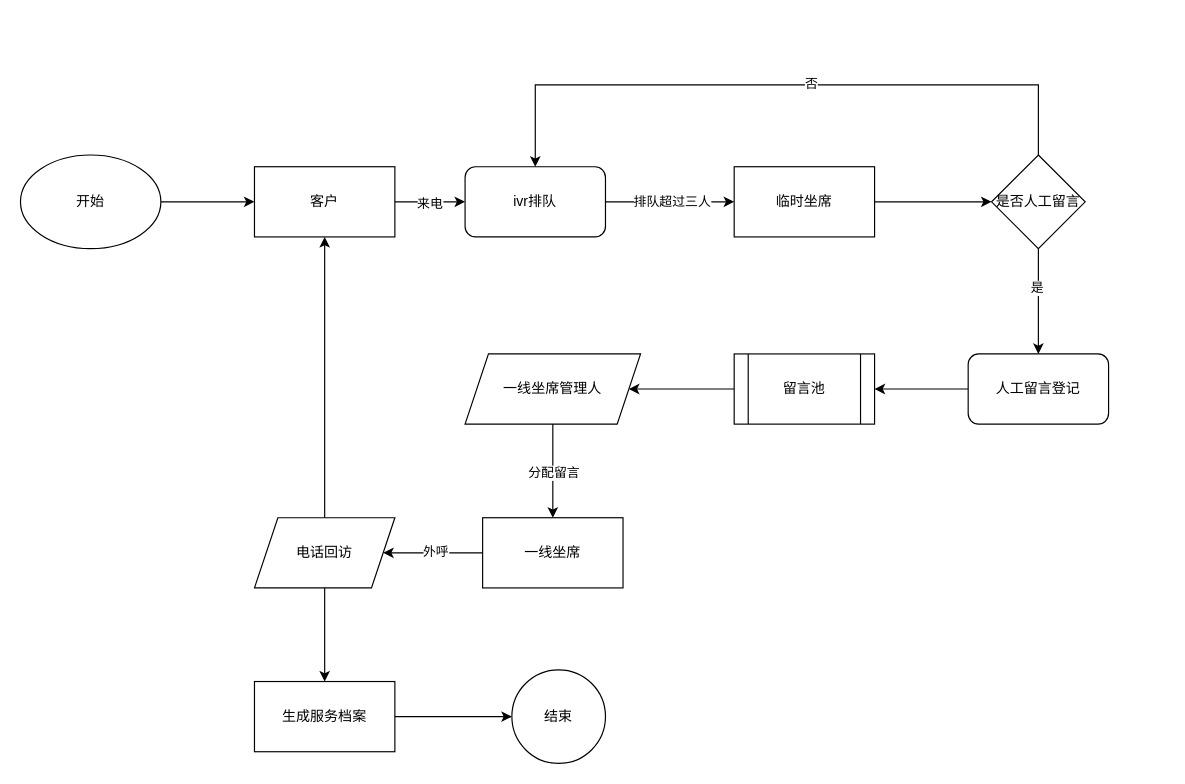
Before: PickCall.drawio in 2571788183/-, a draw.io diagram. Source tidied: cells renumbered, new cells numbered last; positions are measured from the earlier drawing's top-left corner, leaving out a move shared by most shapes. Both pictures are drawn from the tidied source at 117%, with x=0, y=0 at pixel (20, 84).
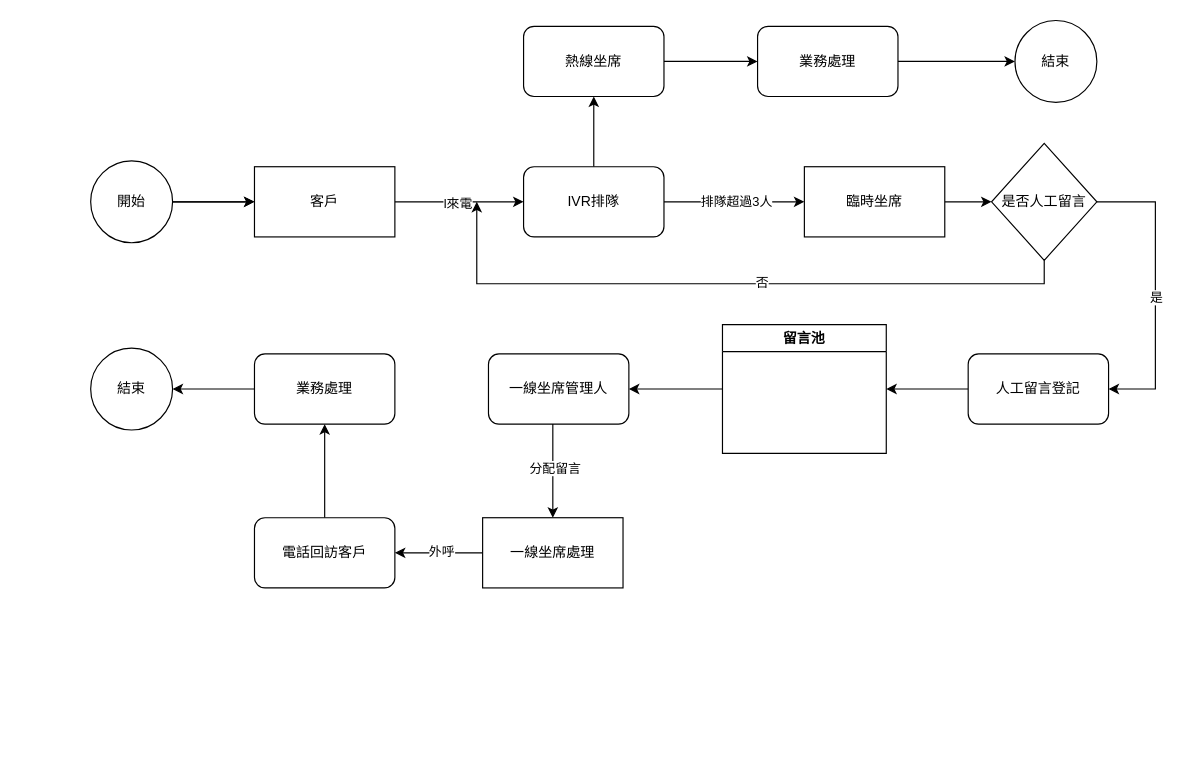
The same page after the edit.

The change refers to these unchanged cells:
```xml
<mxCell id="2" style="edgeStyle=orthogonalEdgeStyle;rounded=0;jettySize=auto;html=1;" parent="1" edge="1" source="4" target="12">
  <mxGeometry relative="1" as="geometry" />
</mxCell>
<mxCell id="5" style="edgeStyle=orthogonalEdgeStyle;rounded=0;jettySize=auto;html=1;exitX=1;exitY=0.5;exitDx=0;exitDy=0;" parent="1" edge="1" source="12" target="8">
  <mxGeometry relative="1" as="geometry" />
</mxCell>
```

The edit, as a diff of the source:
```diff
@@
-    <mxCell id="3" value="来电" style="edgeLabel;html=1;align=center;verticalAlign=middle;" parent="2" vertex="1">
+    <mxCell id="3" value="l來電" style="edgeLabel;html=1;align=center;verticalAlign=middle;" parent="2" vertex="1">
       <mxGeometry x="-0.04" y="-1" relative="1" as="geometry" />
     </mxCell>
-    <mxCell id="4" value="客户" style="rounded=0;whiteSpace=wrap;html=1;" parent="1" vertex="1">
+    <mxCell id="4" value="客戶" style="rounded=0;whiteSpace=wrap;html=1;" parent="1" vertex="1">
       <mxGeometry x="200" y="70" width="120" height="60" as="geometry" />
     </mxCell>
@@
-    <mxCell id="6" value="排队超过三人" style="edgeLabel;html=1;align=center;verticalAlign=middle;" parent="5" vertex="1">
+    <mxCell id="6" value="排隊超過3人" style="edgeLabel;html=1;align=center;verticalAlign=middle;" parent="5" vertex="1">
       <mxGeometry x="0.01" y="1" relative="1" as="geometry" />
     </mxCell>
@@
-    <mxCell id="8" value="临时坐席" style="whiteSpace=wrap;html=1;rounded=0;" parent="1" vertex="1">
-      <mxGeometry x="610" y="70" width="120" height="60" as="geometry" />
+    <mxCell id="8" value="臨時坐席" style="whiteSpace=wrap;html=1;rounded=0;" parent="1" vertex="1">
+      <mxGeometry x="670" y="70" width="120" height="60" as="geometry" />
     </mxCell>
-    <mxCell id="9" style="edgeStyle=orthogonalEdgeStyle;rounded=0;jettySize=auto;html=1;" parent="1" edge="1" source="11">
+    <mxCell id="9" style="edgeStyle=orthogonalEdgeStyle;rounded=0;jettySize=auto;html=1;exitX=1;exitY=0.5;exitDx=0;exitDy=0;entryX=1;entryY=0.5;entryDx=0;entryDy=0;" parent="1" edge="1" source="11" target="16">
       <mxGeometry relative="1" as="geometry">
-        <mxPoint x="870" y="230" as="targetPoint" />
+        <Array as="points">
+          <mxPoint x="970" y="100" />
+          <mxPoint x="970" y="260" />
+        </Array>
       </mxGeometry>
     </mxCell>
     <mxCell id="10" value="是" style="edgeLabel;html=1;align=center;verticalAlign=middle;" parent="9" vertex="1">
-      <mxGeometry x="-0.26" y="-2" relative="1" as="geometry" />
+      <mxGeometry x="-0.26" y="-2" relative="1" as="geometry">
+        <mxPoint x="2" y="38" as="offset" />
+      </mxGeometry>
     </mxCell>
     <mxCell id="11" value="是否人工留言" style="rhombus;whiteSpace=wrap;html=1;rounded=0;" parent="1" vertex="1">
-      <mxGeometry x="830" y="60" width="80" height="80" as="geometry" />
+      <mxGeometry x="830" y="50" width="90" height="100" as="geometry" />
     </mxCell>
+    <mxCell id="33" style="edgeStyle=orthogonalEdgeStyle;rounded=0;jettySize=auto;html=1;" parent="1" edge="1" source="12" target="39">
+      <mxGeometry relative="1" as="geometry" />
+    </mxCell>
-    <mxCell id="12" value="ivr排队" style="rounded=1;whiteSpace=wrap;html=1;" parent="1" vertex="1">
-      <mxGeometry x="380" y="70" width="120" height="60" as="geometry" />
+    <mxCell id="12" value="IVR排隊" style="rounded=1;whiteSpace=wrap;html=1;" parent="1" vertex="1">
+      <mxGeometry x="430" y="70" width="120" height="60" as="geometry" />
     </mxCell>
-    <mxCell id="13" style="endArrow=classic;html=1;rounded=0;exitX=0.5;exitY=0;exitDx=0;exitDy=0;entryX=0.5;entryY=0;entryDx=0;entryDy=0;" parent="1" edge="1" source="11" target="12">
+    <mxCell id="13" style="endArrow=classic;html=1;rounded=0;exitX=0.5;exitY=1;exitDx=0;exitDy=0;" parent="1" edge="1" source="11">
       <mxGeometry relative="1" as="geometry">
+        <mxPoint x="390" y="100" as="targetPoint" />
         <Array as="points">
-          <mxPoint x="870" />
-          <mxPoint x="440" />
+          <mxPoint x="875" y="170" />
+          <mxPoint x="650" y="170" />
+          <mxPoint x="390" y="170" />
         </Array>
       </mxGeometry>
     </mxCell>
@@
-    <mxCell id="15" style="edgeStyle=orthogonalEdgeStyle;rounded=0;jettySize=auto;html=1;" parent="1" edge="1" source="16" target="18">
+    <mxCell id="15" style="edgeStyle=orthogonalEdgeStyle;rounded=0;jettySize=auto;html=1;entryX=1;entryY=0.5;entryDx=0;entryDy=0;" parent="1" edge="1" source="16" target="18">
       <mxGeometry relative="1" as="geometry" />
     </mxCell>
-    <mxCell id="16" value="人工留言登记" style="rounded=1;whiteSpace=wrap;html=1;" parent="1" vertex="1">
+    <mxCell id="16" value="人工留言登記" style="rounded=1;whiteSpace=wrap;html=1;" parent="1" vertex="1">
       <mxGeometry x="810" y="230" width="120" height="60" as="geometry" />
     </mxCell>
-    <mxCell id="17" style="edgeStyle=orthogonalEdgeStyle;rounded=0;jettySize=auto;html=1;" parent="1" edge="1" source="18" target="21">
-      <mxGeometry relative="1" as="geometry" />
+    <mxCell id="17" style="edgeStyle=orthogonalEdgeStyle;rounded=0;jettySize=auto;html=1;exitX=0;exitY=0.5;exitDx=0;exitDy=0;" parent="1" edge="1" source="18">
+      <mxGeometry relative="1" as="geometry">
+        <mxPoint x="520" y="260" as="targetPoint" />
+      </mxGeometry>
     </mxCell>
-    <mxCell id="18" value="留言池" style="shape=process;whiteSpace=wrap;html=1;backgroundOutline=1;" parent="1" vertex="1">
-      <mxGeometry x="610" y="230" width="120" height="60" as="geometry" />
-    </mxCell>
-    <mxCell id="19" style="edgeStyle=orthogonalEdgeStyle;rounded=0;jettySize=auto;html=1;" parent="1" edge="1" source="21" target="24">
+    <mxCell id="19" style="edgeStyle=orthogonalEdgeStyle;rounded=0;jettySize=auto;html=1;exitX=0.5;exitY=1;exitDx=0;exitDy=0;" parent="1" edge="1" source="34" target="24">
       <mxGeometry relative="1" as="geometry">
         <Array as="points">
-          <mxPoint x="455" y="330" />
-          <mxPoint x="455" y="330" />
+          <mxPoint x="455" y="280" />
         </Array>
       </mxGeometry>
     </mxCell>
     <mxCell id="20" value="分配留言" style="edgeLabel;html=1;align=center;verticalAlign=middle;" parent="19" vertex="1">
-      <mxGeometry x="0.03" relative="1" as="geometry" />
+      <mxGeometry x="0.18" y="1" relative="1" as="geometry" />
     </mxCell>
-    <mxCell id="21" value="一线坐席管理人" style="shape=parallelogram;perimeter=parallelogramPerimeter;whiteSpace=wrap;html=1;fixedSize=1;" parent="1" vertex="1">
-      <mxGeometry x="380" y="230" width="150" height="60" as="geometry" />
-    </mxCell>
-    <mxCell id="22" style="edgeStyle=orthogonalEdgeStyle;rounded=0;jettySize=auto;html=1;" parent="1" edge="1" source="24" target="27">
+    <mxCell id="22" style="edgeStyle=orthogonalEdgeStyle;rounded=0;jettySize=auto;html=1;entryX=1;entryY=0.5;entryDx=0;entryDy=0;" parent="1" edge="1" source="24" target="35">
       <mxGeometry relative="1" as="geometry" />
     </mxCell>
@@
-    <mxCell id="24" value="一线坐席" style="whiteSpace=wrap;html=1;" parent="1" vertex="1">
+    <mxCell id="24" value="一線坐席處理" style="whiteSpace=wrap;html=1;" parent="1" vertex="1">
       <mxGeometry x="395" y="370" width="120" height="60" as="geometry" />
     </mxCell>
-    <mxCell id="25" style="edgeStyle=orthogonalEdgeStyle;rounded=0;jettySize=auto;html=1;exitX=0.5;exitY=0;exitDx=0;exitDy=0;entryX=0.5;entryY=1;entryDx=0;entryDy=0;" parent="1" edge="1" source="27" target="4">
-      <mxGeometry relative="1" as="geometry" />
-    </mxCell>
-    <mxCell id="26" style="edgeStyle=orthogonalEdgeStyle;rounded=0;jettySize=auto;html=1;" parent="1" edge="1" source="27" target="29">
+    <mxCell id="26" style="edgeStyle=orthogonalEdgeStyle;rounded=0;jettySize=auto;html=1;entryX=0.5;entryY=1;entryDx=0;entryDy=0;exitX=0.5;exitY=0;exitDx=0;exitDy=0;" parent="1" edge="1" source="35" target="36">
       <mxGeometry relative="1" as="geometry" />
     </mxCell>
-    <mxCell id="27" value="电话回访" style="shape=parallelogram;perimeter=parallelogramPerimeter;whiteSpace=wrap;html=1;fixedSize=1;" parent="1" vertex="1">
-      <mxGeometry x="200" y="370" width="120" height="60" as="geometry" />
-    </mxCell>
-    <mxCell id="28" style="edgeStyle=orthogonalEdgeStyle;rounded=0;jettySize=auto;html=1;" parent="1" edge="1" source="29" target="30">
+    <mxCell id="28" style="edgeStyle=orthogonalEdgeStyle;rounded=0;jettySize=auto;html=1;exitX=0;exitY=0.5;exitDx=0;exitDy=0;" parent="1" edge="1" source="36" target="30">
       <mxGeometry relative="1" as="geometry" />
     </mxCell>
-    <mxCell id="29" value="生成服务档案" style="whiteSpace=wrap;html=1;" parent="1" vertex="1">
-      <mxGeometry x="200" y="510" width="120" height="60" as="geometry" />
-    </mxCell>
-    <mxCell id="30" value="结束" style="ellipse;whiteSpace=wrap;html=1;" parent="1" vertex="1">
-      <mxGeometry x="420" y="500" width="80" height="80" as="geometry" />
+    <mxCell id="30" value="結束" style="ellipse;whiteSpace=wrap;html=1;" parent="1" vertex="1">
+      <mxGeometry x="60" y="225" width="70" height="70" as="geometry" />
     </mxCell>
-    <mxCell id="31" style="edgeStyle=orthogonalEdgeStyle;rounded=0;jettySize=auto;html=1;" parent="1" edge="1" source="32" target="4">
+    <mxCell id="31" style="edgeStyle=orthogonalEdgeStyle;rounded=0;jettySize=auto;html=1;" parent="1" edge="1" source="43" target="4">
       <mxGeometry relative="1" as="geometry" />
     </mxCell>
-    <mxCell id="32" value="开始" style="ellipse;whiteSpace=wrap;html=1;" parent="1" vertex="1">
-      <mxGeometry y="60" width="120" height="80" as="geometry" />
-    </mxCell>
+    <mxCell id="34" value="一線坐席管理人" style="rounded=1;whiteSpace=wrap;html=1;" parent="1" vertex="1">
+      <mxGeometry x="400" y="230" width="120" height="60" as="geometry" />
+    </mxCell>
+    <mxCell id="18" value="留言池" style="swimlane;whiteSpace=wrap;html=1;startSize=23;" parent="1" vertex="1">
+      <mxGeometry x="600" y="205" width="140" height="110" as="geometry" />
+    </mxCell>
+    <mxCell id="35" value="電話回訪客戶" style="rounded=1;whiteSpace=wrap;html=1;" parent="1" vertex="1">
+      <mxGeometry x="200" y="370" width="120" height="60" as="geometry" />
+    </mxCell>
+    <mxCell id="36" value="業務處理" style="rounded=1;whiteSpace=wrap;html=1;" parent="1" vertex="1">
+      <mxGeometry x="200" y="230" width="120" height="60" as="geometry" />
+    </mxCell>
+    <mxCell id="37" style="edgeStyle=orthogonalEdgeStyle;rounded=0;jettySize=auto;html=1;" parent="1" edge="1" source="43" target="4">
+      <mxGeometry relative="1" as="geometry" />
+    </mxCell>
+    <mxCell id="38" style="edgeStyle=orthogonalEdgeStyle;rounded=0;jettySize=auto;html=1;" parent="1" edge="1" source="39" target="41">
+      <mxGeometry relative="1" as="geometry" />
+    </mxCell>
+    <mxCell id="39" value="熱線坐席" style="rounded=1;whiteSpace=wrap;html=1;" parent="1" vertex="1">
+      <mxGeometry x="430" y="-50" width="120" height="60" as="geometry" />
+    </mxCell>
+    <mxCell id="40" style="edgeStyle=orthogonalEdgeStyle;rounded=0;jettySize=auto;html=1;" parent="1" edge="1" source="41" target="42">
+      <mxGeometry relative="1" as="geometry" />
+    </mxCell>
+    <mxCell id="41" value="業務處理" style="rounded=1;whiteSpace=wrap;html=1;" parent="1" vertex="1">
+      <mxGeometry x="630" y="-50" width="120" height="60" as="geometry" />
+    </mxCell>
+    <mxCell id="42" value="結束" style="ellipse;whiteSpace=wrap;html=1;rounded=1;" parent="1" vertex="1">
+      <mxGeometry x="850" y="-55" width="70" height="70" as="geometry" />
+    </mxCell>
+    <mxCell id="43" value="開始" style="ellipse;whiteSpace=wrap;html=1;" parent="1" vertex="1">
+      <mxGeometry x="60" y="65" width="70" height="70" as="geometry" />
+    </mxCell>
```
